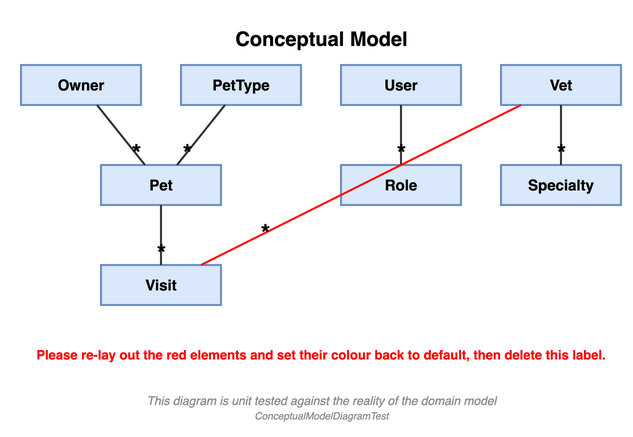
Earlier version of the draw.io export petclinic-backend/docs/ConceptualModel.drawio.png (victorrentea/petclinic). Source tidied: cells renumbered, new cells last; positions are measured from the earlier drawing's top-left corner, leaving out a move shared by most shapes.
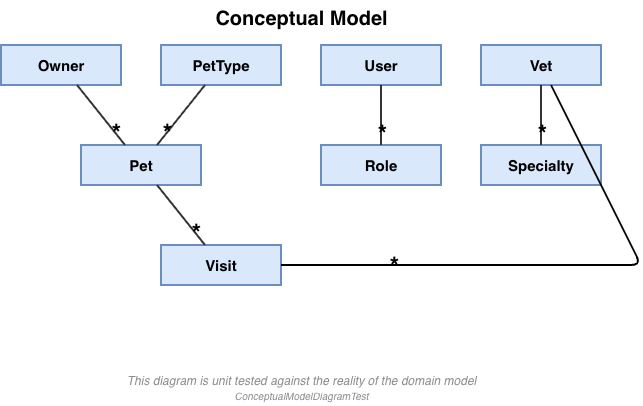
Above is the later version.

Commit message:
Sweep up two edits left in the work tree

Neither is mine and both were sitting uncommitted alongside the genseq work, so they
are carried in their own commit rather than attributed to it:

- VisitRestController logs the booking it is about to perform, beside the warn that
  already covers the rejected case.
- ConceptualModel.drawio.png, re-exported.

Claude-Session: https://claude.ai/code/session_01PaZYRko67etUpyRBJKFVn7

Change to the diagram source:
```diff
@@ -27,7 +27,7 @@
       <mxGeometry x="480" y="145" width="120" height="40" as="geometry" />
     </mxCell>
     <mxCell id="10" value="Visit" style="rounded=0;whiteSpace=wrap;html=1;fillColor=#dae8fc;strokeColor=#6c8ebf;fontSize=15;fontStyle=1;strokeWidth=2;" parent="1" vertex="1">
-      <mxGeometry x="80" y="245" width="120" height="40" as="geometry" />
+      <mxGeometry x="160" y="245" width="120" height="40" as="geometry" />
     </mxCell>
     <mxCell id="11" style="endArrow=none;html=1;strokeColor=#333333;fontSize=12;strokeWidth=2;" parent="1" edge="1" source="3" target="7">
       <mxGeometry relative="1" as="geometry" />
@@ -59,15 +59,16 @@
     <mxCell id="20" value="*" style="edgeLabel;html=1;align=center;verticalAlign=middle;fontSize=24;fontStyle=1;labelBackgroundColor=none;" parent="19" vertex="1">
       <mxGeometry x="0.6" relative="1" as="geometry" />
     </mxCell>
-    <mxCell id="21" style="endArrow=none;html=1;strokeColor=#FF0000;strokeWidth=2;fontSize=12;" parent="1" edge="1" source="6" target="10">
-      <mxGeometry relative="1" as="geometry" />
+    <mxCell id="21" style="endArrow=none;html=1;strokeWidth=2;fontSize=12;" parent="1" edge="1" source="6" target="10">
+      <mxGeometry relative="1" as="geometry">
+        <Array as="points">
+          <mxPoint x="640" y="265" />
+        </Array>
+      </mxGeometry>
     </mxCell>
     <mxCell id="22" value="*" style="edgeLabel;html=1;align=center;verticalAlign=middle;fontSize=24;fontStyle=1;labelBackgroundColor=none;" parent="21" vertex="1">
       <mxGeometry x="0.6" relative="1" as="geometry" />
     </mxCell>
-    <mxCell id="23" value="Please re-lay out the red elements and set their colour back to default, then delete this label." style="text;html=1;whiteSpace=wrap;align=center;verticalAlign=middle;fontSize=13;fontStyle=1;fontColor=#FF0000;" parent="1" vertex="1">
-      <mxGeometry y="320" width="600" height="30" as="geometry" />
-    </mxCell>
     <mxCell id="24" value="This diagram is unit tested against the reality of the domain model&lt;br&gt;&lt;font style=&quot;font-size: 10px&quot;&gt;ConceptualModelDiagramTest&lt;/font&gt;" style="text;html=1;fontSize=12;fontStyle=2;align=center;verticalAlign=middle;fontColor=#8C8C8C;" parent="1" vertex="1">
       <mxGeometry y="370" width="600" height="36" as="geometry" />
     </mxCell>
```
